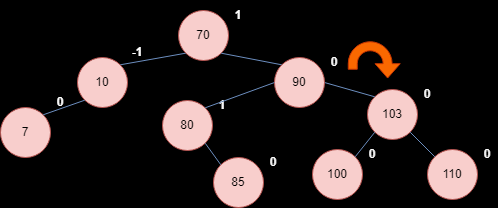
Earlier version of the draw.io export arbolBin.png (AnaTuPatrona/pepito). Source tidied: cells renumbered, new cells last; positions are measured from the earlier drawing's top-left corner, leaving out a move shared by most shapes.
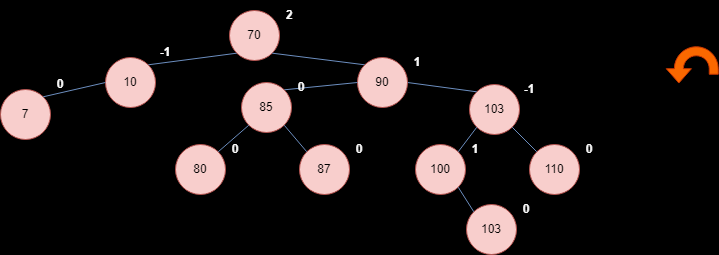
Above is the later version.

Change to the diagram source:
```diff
@@ -6,16 +6,16 @@
       <mxGeometry relative="1" as="geometry" />
     </mxCell>
     <mxCell id="3" style="group;" parent="1" vertex="1">
-      <mxGeometry x="162" y="90" width="70" height="60" as="geometry" />
+      <mxGeometry x="124" y="134" width="70" height="60" as="geometry" />
     </mxCell>
     <mxCell id="4" value="80" style="ellipse;whiteSpace=wrap;html=1;fillColor=#f8cecc;strokeColor=#b85450;" parent="3" vertex="1">
       <mxGeometry y="10" width="50" height="50" as="geometry" />
     </mxCell>
-    <mxCell id="5" value="1" style="text;html=1;align=center;verticalAlign=middle;whiteSpace=wrap;rounded=0;fontFamily=Helvetica;fontSize=12;glass=0;shadow=0;dashed=1;dashPattern=8 8;fontStyle=1;fontColor=#FAFAFA;" parent="3" vertex="1">
+    <mxCell id="5" value="0" style="text;html=1;align=center;verticalAlign=middle;whiteSpace=wrap;rounded=0;fontFamily=Helvetica;fontSize=12;glass=0;shadow=0;dashed=1;dashPattern=8 8;fontStyle=1;fontColor=#FAFAFA;" parent="3" vertex="1">
       <mxGeometry x="50" width="20" height="30" as="geometry" />
     </mxCell>
     <mxCell id="6" style="group;" parent="1" vertex="1">
-      <mxGeometry x="77" y="37" width="70" height="70" as="geometry" />
+      <mxGeometry x="54" y="37" width="70" height="70" as="geometry" />
     </mxCell>
     <mxCell id="7" value="10" style="ellipse;whiteSpace=wrap;html=1;fillColor=#f8cecc;strokeColor=#b85450;" parent="6" vertex="1">
       <mxGeometry y="20" width="50" height="50" as="geometry" />
@@ -29,32 +29,32 @@
     <mxCell id="10" value="70" style="ellipse;whiteSpace=wrap;html=1;fillColor=#f8cecc;strokeColor=#b85450;" parent="9" vertex="1">
       <mxGeometry y="10" width="50" height="50" as="geometry" />
     </mxCell>
-    <mxCell id="11" value="1" style="text;html=1;align=center;verticalAlign=middle;whiteSpace=wrap;rounded=0;fontFamily=Helvetica;fontSize=12;glass=0;shadow=0;dashed=1;dashPattern=8 8;fontStyle=1;fontColor=#FAFAFA;" parent="9" vertex="1">
+    <mxCell id="11" value="2" style="text;html=1;align=center;verticalAlign=middle;whiteSpace=wrap;rounded=0;fontFamily=Helvetica;fontSize=12;glass=0;shadow=0;dashed=1;dashPattern=8 8;fontStyle=1;fontColor=#FAFAFA;" parent="9" vertex="1">
       <mxGeometry x="50" width="20" height="30" as="geometry" />
     </mxCell>
     <mxCell id="12" style="endArrow=none;html=1;rounded=0;fontFamily=Helvetica;fontSize=12;fontColor=default;exitX=1;exitY=1;exitDx=0;exitDy=0;fillColor=#dae8fc;strokeColor=#6c8ebf;entryX=0;entryY=0;entryDx=0;entryDy=0;" parent="1" edge="1" source="10" target="28">
       <mxGeometry relative="1" as="geometry" />
     </mxCell>
-    <mxCell id="13" style="html=1;shadow=0;dashed=0;align=center;verticalAlign=middle;shape=mxgraph.arrows2.uTurnArrow;dy=4.5;arrowHead=25.23;dx2=14.37;strokeColor=#C73500;fontFamily=Helvetica;fontSize=12;fontColor=#000000;fillColor=#fa6800;rotation=90;flipH=0;flipV=0;" parent="1" vertex="1">
-      <mxGeometry x="360" y="29" width="27.5" height="52" as="geometry" />
+    <mxCell id="13" style="html=1;shadow=0;dashed=0;align=center;verticalAlign=middle;shape=mxgraph.arrows2.uTurnArrow;dy=4.5;arrowHead=25.23;dx2=14.37;strokeColor=#C73500;fontFamily=Helvetica;fontSize=12;fontColor=#000000;fillColor=#fa6800;rotation=90;flipH=0;flipV=1;" parent="1" vertex="1">
+      <mxGeometry x="627" y="34" width="27.5" height="52" as="geometry" />
     </mxCell>
     <mxCell id="14" style="edgeStyle=orthogonalEdgeStyle;rounded=0;jettySize=auto;html=1;fontFamily=Helvetica;fontSize=12;fontColor=#FAFAFA;strokeColor=none;" parent="1" edge="1" source="8" target="10">
       <mxGeometry relative="1" as="geometry" />
     </mxCell>
     <mxCell id="15" style="group;" parent="1" vertex="1">
-      <mxGeometry x="367" y="79" width="70" height="60" as="geometry" />
+      <mxGeometry x="418" y="74" width="70" height="60" as="geometry" />
     </mxCell>
     <mxCell id="16" value="103" style="ellipse;whiteSpace=wrap;html=1;fillColor=#f8cecc;strokeColor=#b85450;" parent="15" vertex="1">
       <mxGeometry y="10" width="50" height="50" as="geometry" />
     </mxCell>
-    <mxCell id="17" value="0" style="text;html=1;align=center;verticalAlign=middle;whiteSpace=wrap;rounded=0;fontFamily=Helvetica;fontSize=12;glass=0;shadow=0;dashed=1;dashPattern=8 8;fontStyle=1;fontColor=#FAFAFA;" parent="15" vertex="1">
+    <mxCell id="17" value="-1" style="text;html=1;align=center;verticalAlign=middle;whiteSpace=wrap;rounded=0;fontFamily=Helvetica;fontSize=12;glass=0;shadow=0;dashed=1;dashPattern=8 8;fontStyle=1;fontColor=#FAFAFA;" parent="15" vertex="1">
       <mxGeometry x="50" width="20" height="30" as="geometry" />
     </mxCell>
     <mxCell id="18" style="endArrow=none;html=1;rounded=0;fontFamily=Helvetica;fontSize=12;fontColor=default;fillColor=#dae8fc;strokeColor=#6c8ebf;entryX=0;entryY=0;entryDx=0;entryDy=0;exitX=1;exitY=0.5;exitDx=0;exitDy=0;" parent="1" edge="1" source="28" target="16">
       <mxGeometry relative="1" as="geometry" />
     </mxCell>
     <mxCell id="19" style="group;" parent="1" vertex="1">
-      <mxGeometry x="427" y="139" width="70" height="60" as="geometry" />
+      <mxGeometry x="478" y="134" width="70" height="60" as="geometry" />
     </mxCell>
     <mxCell id="20" value="110" style="ellipse;whiteSpace=wrap;html=1;fillColor=#f8cecc;strokeColor=#b85450;" parent="19" vertex="1">
       <mxGeometry y="10" width="50" height="50" as="geometry" />
@@ -66,7 +66,7 @@
       <mxGeometry relative="1" as="geometry" />
     </mxCell>
     <mxCell id="23" style="group;" parent="1" vertex="1">
-      <mxGeometry y="87" width="70" height="70" as="geometry" />
+      <mxGeometry x="-51" y="69" width="70" height="70" as="geometry" />
     </mxCell>
     <mxCell id="24" value="7" style="ellipse;whiteSpace=wrap;html=1;fillColor=#f8cecc;strokeColor=#b85450;" parent="23" vertex="1">
       <mxGeometry y="20" width="50" height="50" as="geometry" />
@@ -74,35 +74,35 @@
     <mxCell id="25" value="0" style="text;html=1;align=center;verticalAlign=middle;whiteSpace=wrap;rounded=0;fontFamily=Helvetica;fontSize=12;fontColor=#FFFFFF;glass=0;shadow=0;dashed=1;dashPattern=8 8;strokeColor=none;fontStyle=1;" parent="23" vertex="1">
       <mxGeometry x="50" width="20" height="30" as="geometry" />
     </mxCell>
-    <mxCell id="26" style="endArrow=none;html=1;rounded=0;fontFamily=Helvetica;fontSize=12;fontColor=default;entryX=1;entryY=0;entryDx=0;entryDy=0;fillColor=#dae8fc;strokeColor=#6c8ebf;exitX=0;exitY=1;exitDx=0;exitDy=0;" parent="1" edge="1" source="7" target="24">
+    <mxCell id="26" style="endArrow=none;html=1;rounded=0;fontFamily=Helvetica;fontSize=12;fontColor=default;entryX=1;entryY=0;entryDx=0;entryDy=0;fillColor=#dae8fc;strokeColor=#6c8ebf;exitX=0;exitY=0.5;exitDx=0;exitDy=0;" parent="1" edge="1" source="7" target="24">
       <mxGeometry relative="1" as="geometry" />
     </mxCell>
     <mxCell id="27" style="group;" parent="1" vertex="1">
-      <mxGeometry x="274" y="47" width="70" height="60" as="geometry" />
+      <mxGeometry x="306" y="47" width="70" height="60" as="geometry" />
     </mxCell>
     <mxCell id="28" value="90" style="ellipse;whiteSpace=wrap;html=1;fillColor=#f8cecc;strokeColor=#b85450;" parent="27" vertex="1">
       <mxGeometry y="10" width="50" height="50" as="geometry" />
     </mxCell>
-    <mxCell id="29" value="0" style="text;html=1;align=center;verticalAlign=middle;whiteSpace=wrap;rounded=0;fontFamily=Helvetica;fontSize=12;glass=0;shadow=0;dashed=1;dashPattern=8 8;fontStyle=1;fontColor=#FAFAFA;" parent="27" vertex="1">
+    <mxCell id="29" value="1" style="text;html=1;align=center;verticalAlign=middle;whiteSpace=wrap;rounded=0;fontFamily=Helvetica;fontSize=12;glass=0;shadow=0;dashed=1;dashPattern=8 8;fontStyle=1;fontColor=#FAFAFA;" parent="27" vertex="1">
       <mxGeometry x="50" width="20" height="30" as="geometry" />
     </mxCell>
-    <mxCell id="30" style="endArrow=none;html=1;rounded=0;fontFamily=Helvetica;fontSize=12;fontColor=default;exitX=1;exitY=0;exitDx=0;exitDy=0;fillColor=#dae8fc;strokeColor=#6c8ebf;entryX=0;entryY=0.5;entryDx=0;entryDy=0;" parent="1" edge="1" source="4" target="28">
+    <mxCell id="30" style="endArrow=none;html=1;rounded=0;fontFamily=Helvetica;fontSize=12;fontColor=default;fillColor=#dae8fc;strokeColor=#6c8ebf;entryX=0;entryY=0.5;entryDx=0;entryDy=0;exitX=1;exitY=0;exitDx=0;exitDy=0;" parent="1" edge="1" source="36" target="28">
       <mxGeometry relative="1" as="geometry" />
     </mxCell>
     <mxCell id="31" style="group;" parent="1" vertex="1">
-      <mxGeometry x="312" y="139" width="70" height="60" as="geometry" />
+      <mxGeometry x="364" y="134" width="70" height="60" as="geometry" />
     </mxCell>
     <mxCell id="32" value="100" style="ellipse;whiteSpace=wrap;html=1;fillColor=#f8cecc;strokeColor=#b85450;" parent="31" vertex="1">
       <mxGeometry y="10" width="50" height="50" as="geometry" />
     </mxCell>
-    <mxCell id="33" value="0" style="text;html=1;align=center;verticalAlign=middle;whiteSpace=wrap;rounded=0;fontFamily=Helvetica;fontSize=12;glass=0;shadow=0;dashed=1;dashPattern=8 8;fontStyle=1;fontColor=#FAFAFA;" parent="31" vertex="1">
+    <mxCell id="33" value="1" style="text;html=1;align=center;verticalAlign=middle;whiteSpace=wrap;rounded=0;fontFamily=Helvetica;fontSize=12;glass=0;shadow=0;dashed=1;dashPattern=8 8;fontStyle=1;fontColor=#FAFAFA;" parent="31" vertex="1">
       <mxGeometry x="50" width="20" height="30" as="geometry" />
     </mxCell>
     <mxCell id="34" style="endArrow=none;html=1;rounded=0;fontFamily=Helvetica;fontSize=12;fontColor=default;fillColor=#dae8fc;strokeColor=#6c8ebf;entryX=1;entryY=0;entryDx=0;entryDy=0;exitX=0;exitY=1;exitDx=0;exitDy=0;" parent="1" edge="1" source="16" target="32">
       <mxGeometry relative="1" as="geometry" />
     </mxCell>
     <mxCell id="35" style="group;" parent="1" vertex="1">
-      <mxGeometry x="213" y="147" width="70" height="60" as="geometry" />
+      <mxGeometry x="190" y="72" width="70" height="60" as="geometry" />
     </mxCell>
     <mxCell id="36" value="85" style="ellipse;whiteSpace=wrap;html=1;fillColor=#f8cecc;strokeColor=#b85450;" parent="35" vertex="1">
       <mxGeometry y="10" width="50" height="50" as="geometry" />
@@ -110,8 +110,32 @@
     <mxCell id="37" value="0" style="text;html=1;align=center;verticalAlign=middle;whiteSpace=wrap;rounded=0;fontFamily=Helvetica;fontSize=12;glass=0;shadow=0;dashed=1;dashPattern=8 8;fontStyle=1;fontColor=#FAFAFA;" parent="35" vertex="1">
       <mxGeometry x="50" width="20" height="30" as="geometry" />
     </mxCell>
-    <mxCell id="38" style="endArrow=none;html=1;rounded=0;fontFamily=Helvetica;fontSize=12;fontColor=default;exitX=1;exitY=1;exitDx=0;exitDy=0;fillColor=#dae8fc;strokeColor=#6c8ebf;entryX=0;entryY=0;entryDx=0;entryDy=0;" parent="1" edge="1" source="4" target="36">
+    <mxCell id="38" style="endArrow=none;html=1;rounded=0;fontFamily=Helvetica;fontSize=12;fontColor=default;exitX=1;exitY=0;exitDx=0;exitDy=0;fillColor=#dae8fc;strokeColor=#6c8ebf;entryX=0;entryY=1;entryDx=0;entryDy=0;" parent="1" edge="1" source="4" target="36">
       <mxGeometry relative="1" as="geometry" />
     </mxCell>
+    <mxCell id="39" style="group;" parent="1" vertex="1">
+      <mxGeometry x="248" y="134" width="70" height="60" as="geometry" />
+    </mxCell>
+    <mxCell id="40" value="87" style="ellipse;whiteSpace=wrap;html=1;fillColor=#f8cecc;strokeColor=#b85450;" parent="39" vertex="1">
+      <mxGeometry y="10" width="50" height="50" as="geometry" />
+    </mxCell>
+    <mxCell id="41" value="0" style="text;html=1;align=center;verticalAlign=middle;whiteSpace=wrap;rounded=0;fontFamily=Helvetica;fontSize=12;glass=0;shadow=0;dashed=1;dashPattern=8 8;fontStyle=1;fontColor=#FAFAFA;" parent="39" vertex="1">
+      <mxGeometry x="50" width="20" height="30" as="geometry" />
+    </mxCell>
+    <mxCell id="42" style="endArrow=none;html=1;rounded=0;fontFamily=Helvetica;fontSize=12;fontColor=default;exitX=1;exitY=1;exitDx=0;exitDy=0;fillColor=#dae8fc;strokeColor=#6c8ebf;entryX=0;entryY=0;entryDx=0;entryDy=0;" parent="1" edge="1" source="36" target="40">
+      <mxGeometry relative="1" as="geometry" />
+    </mxCell>
+    <mxCell id="43" style="group;" parent="1" vertex="1">
+      <mxGeometry x="415" y="194" width="70" height="60" as="geometry" />
+    </mxCell>
+    <mxCell id="44" value="103" style="ellipse;whiteSpace=wrap;html=1;fillColor=#f8cecc;strokeColor=#b85450;" parent="43" vertex="1">
+      <mxGeometry y="10" width="50" height="50" as="geometry" />
+    </mxCell>
+    <mxCell id="45" value="0" style="text;html=1;align=center;verticalAlign=middle;whiteSpace=wrap;rounded=0;fontFamily=Helvetica;fontSize=12;glass=0;shadow=0;dashed=1;dashPattern=8 8;fontStyle=1;fontColor=#FAFAFA;" parent="43" vertex="1">
+      <mxGeometry x="50" width="20" height="30" as="geometry" />
+    </mxCell>
+    <mxCell id="46" style="endArrow=none;html=1;rounded=0;fontFamily=Helvetica;fontSize=12;fontColor=default;fillColor=#dae8fc;strokeColor=#6c8ebf;entryX=0;entryY=0;entryDx=0;entryDy=0;exitX=1;exitY=1;exitDx=0;exitDy=0;" parent="1" edge="1" source="32" target="44">
+      <mxGeometry relative="1" as="geometry" />
+    </mxCell>
   </root>
 </mxGraphModel>
```
